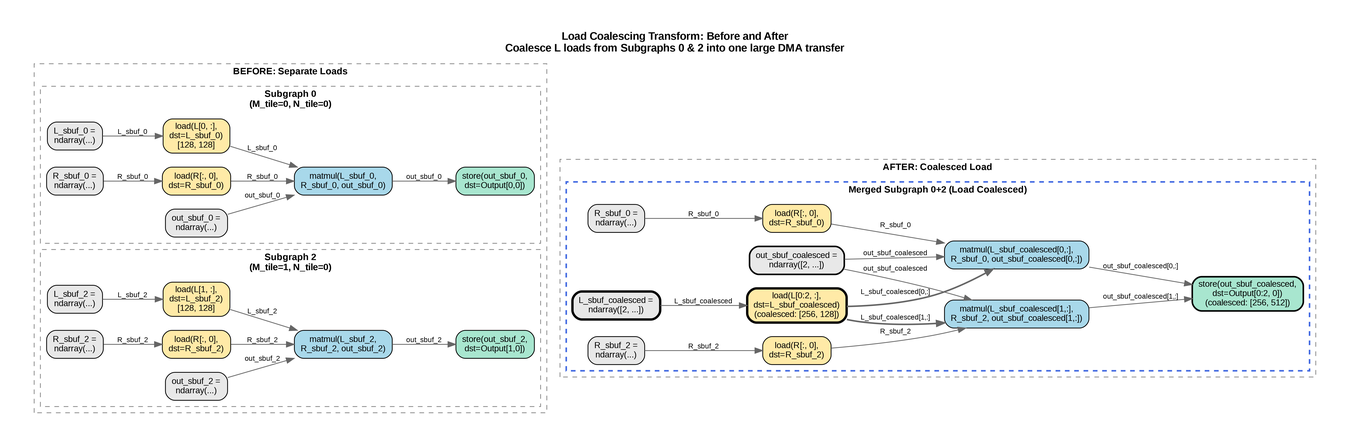
Before: design/figures/matmul_compute_graph_load_coalescing.png, a diagram exported from Graphviz (awslabs/nki-autotune). Its source is kept beside it as design/dot_scripts/matmul_compute_graph_load_coalescing.dot. Its diagram source:
```dot
digraph MatmulComputeGraphLoadCoalescing {
    rankdir=LR;
    bgcolor="white";
    pad=0.5;
    dpi=300;

    node [fontname="Arial", fontsize=11, style="filled,rounded", shape=box];
    edge [fontname="Arial", fontsize=9];

    label="Load Coalescing Transform: Before and After\nCoalesce L loads from Subgraphs 0 & 2 into one large DMA transfer";
    labelloc="t";
    fontsize=14;
    fontname="Arial Bold";

    subgraph cluster_before {
        label="BEFORE: Separate Loads";
        style="dashed";
        color="#888888";
        fontsize=12;

        subgraph cluster_before_0 {
            label="Subgraph 0\n(M_tile=0, N_tile=0)";

            before_alloc_L_0 [label="L_sbuf_0 =\nndarray(...)", fillcolor="#E8E8E8"];
            before_alloc_R_0 [label="R_sbuf_0 =\nndarray(...)", fillcolor="#E8E8E8"];
            before_alloc_out_0 [label="out_sbuf_0 =\nndarray(...)", fillcolor="#E8E8E8"];
            before_load_L_0 [label="load(L[0, :],\ndst=L_sbuf_0)\n[128, 128]", fillcolor="#FFEAA7"];
            before_load_R_0 [label="load(R[:, 0],\ndst=R_sbuf_0)", fillcolor="#FFEAA7"];
            before_compute_0 [label="matmul(L_sbuf_0,\nR_sbuf_0, out_sbuf_0)", fillcolor="#A8D8EA"];
            before_store_0 [label="store(out_sbuf_0,\ndst=Output[0,0])", fillcolor="#A8E6CF"];

            before_alloc_L_0 -> before_load_L_0 [label="L_sbuf_0", color="#666666"];
            before_alloc_R_0 -> before_load_R_0 [label="R_sbuf_0", color="#666666"];
            before_alloc_out_0 -> before_compute_0 [label="out_sbuf_0", color="#666666"];
            before_load_L_0 -> before_compute_0 [label="L_sbuf_0", color="#666666"];
            before_load_R_0 -> before_compute_0 [label="R_sbuf_0", color="#666666"];
            before_compute_0 -> before_store_0 [label="out_sbuf_0", color="#666666"];
        }

        subgraph cluster_before_2 {
            label="Subgraph 2\n(M_tile=1, N_tile=0)";

            before_alloc_L_2 [label="L_sbuf_2 =\nndarray(...)", fillcolor="#E8E8E8"];
            before_alloc_R_2 [label="R_sbuf_2 =\nndarray(...)", fillcolor="#E8E8E8"];
            before_alloc_out_2 [label="out_sbuf_2 =\nndarray(...)", fillcolor="#E8E8E8"];
            before_load_L_2 [label="load(L[1, :],\ndst=L_sbuf_2)\n[128, 128]", fillcolor="#FFEAA7"];
            before_load_R_2 [label="load(R[:, 0],\ndst=R_sbuf_2)", fillcolor="#FFEAA7"];
            before_compute_2 [label="matmul(L_sbuf_2,\nR_sbuf_2, out_sbuf_2)", fillcolor="#A8D8EA"];
            before_store_2 [label="store(out_sbuf_2,\ndst=Output[1,0])", fillcolor="#A8E6CF"];

            before_alloc_L_2 -> before_load_L_2 [label="L_sbuf_2", color="#666666"];
            before_alloc_R_2 -> before_load_R_2 [label="R_sbuf_2", color="#666666"];
            before_alloc_out_2 -> before_compute_2 [label="out_sbuf_2", color="#666666"];
            before_load_L_2 -> before_compute_2 [label="L_sbuf_2", color="#666666"];
            before_load_R_2 -> before_compute_2 [label="R_sbuf_2", color="#666666"];
            before_compute_2 -> before_store_2 [label="out_sbuf_2", color="#666666"];
        }
    }

    subgraph cluster_after {
        label="AFTER: Coalesced Load";
        style="dashed";
        color="#888888";
        fontsize=12;

        subgraph cluster_merged_02 {
            label="Merged Subgraph 0+2 (Load Coalesced)";
            penwidth=2;
            color="#4169E1";

            alloc_L_coalesced [label="L_sbuf_coalesced =\nndarray([2, ...])", fillcolor="#E8E8E8", penwidth=3, style="filled,rounded,bold"];
            alloc_R_0 [label="R_sbuf_0 =\nndarray(...)", fillcolor="#E8E8E8"];
            alloc_R_2 [label="R_sbuf_2 =\nndarray(...)", fillcolor="#E8E8E8"];
            alloc_out_coalesced [label="out_sbuf_coalesced =\nndarray([2, ...])", fillcolor="#E8E8E8", penwidth=2];

            load_L_coalesced [label="load(L[0:2, :],\ndst=L_sbuf_coalesced)\n(coalesced: [256, 128])",
                              fillcolor="#FFEAA7", penwidth=3, style="filled,rounded,bold"];

            load_R_0 [label="load(R[:, 0],\ndst=R_sbuf_0)", fillcolor="#FFEAA7"];
            compute_0 [label="matmul(L_sbuf_coalesced[0,:],\nR_sbuf_0, out_sbuf_coalesced[0,:])", fillcolor="#A8D8EA"];

            load_R_2 [label="load(R[:, 0],\ndst=R_sbuf_2)", fillcolor="#FFEAA7"];
            compute_2 [label="matmul(L_sbuf_coalesced[1,:],\nR_sbuf_2, out_sbuf_coalesced[1,:])", fillcolor="#A8D8EA"];

            store_coalesced [label="store(out_sbuf_coalesced,\ndst=Output[0:2, 0])\n(coalesced: [256, 512])",
                             fillcolor="#A8E6CF", penwidth=2];

            alloc_L_coalesced -> load_L_coalesced [label="L_sbuf_coalesced", color="#666666"];
            alloc_R_0 -> load_R_0 [label="R_sbuf_0", color="#666666"];
            alloc_R_2 -> load_R_2 [label="R_sbuf_2", color="#666666"];
            alloc_out_coalesced -> compute_0 [label="out_sbuf_coalesced", color="#666666"];
            alloc_out_coalesced -> compute_2 [label="out_sbuf_coalesced", color="#666666"];

            load_L_coalesced -> compute_0 [label="L_sbuf_coalesced[0,:]", color="#666666", penwidth=2];
            load_L_coalesced -> compute_2 [label="L_sbuf_coalesced[1,:]", color="#666666", penwidth=2];
            load_R_0 -> compute_0 [label="R_sbuf_0", color="#666666"];
            load_R_2 -> compute_2 [label="R_sbuf_2", color="#666666"];
            compute_0 -> store_coalesced [label="out_sbuf_coalesced[0,:]", color="#666666"];
            compute_2 -> store_coalesced [label="out_sbuf_coalesced[1,:]", color="#666666"];
        }
    }

    before_store_0 -> alloc_L_coalesced [style="invis", weight=0];
    before_store_2 -> alloc_L_coalesced [style="invis", weight=0];

}
```
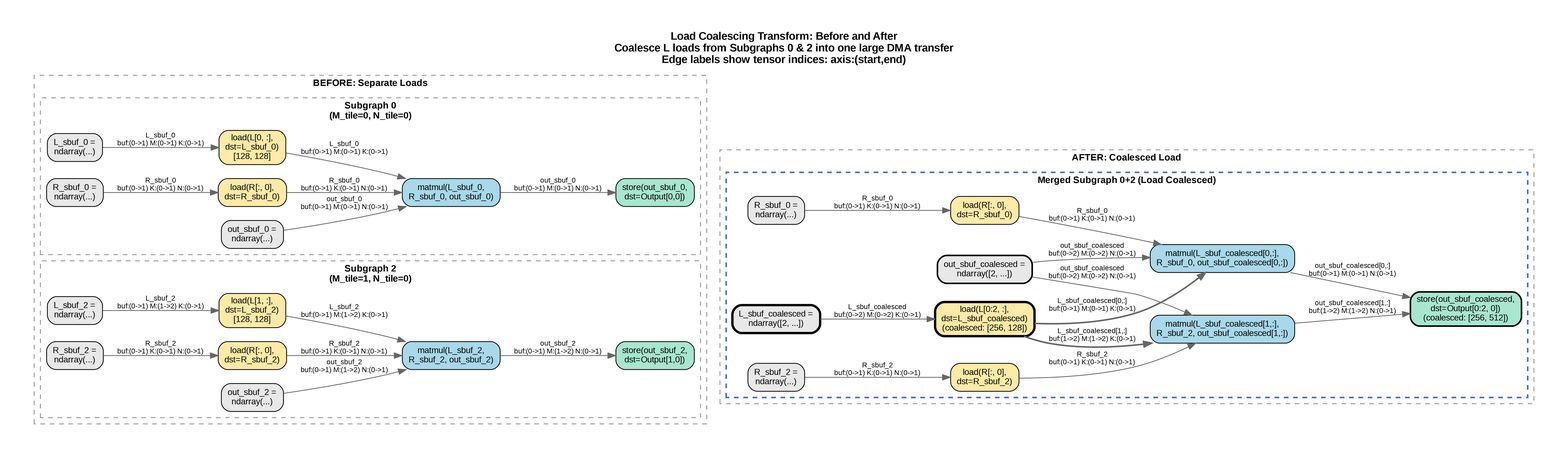
After the change.

The edit, as a diff of the source:
```diff
@@ -7,7 +7,7 @@
     node [fontname="Arial", fontsize=11, style="filled,rounded", shape=box];
     edge [fontname="Arial", fontsize=9];
 
-    label="Load Coalescing Transform: Before and After\nCoalesce L loads from Subgraphs 0 & 2 into one large DMA transfer";
+    label="Load Coalescing Transform: Before and After\nCoalesce L loads from Subgraphs 0 & 2 into one large DMA transfer\nEdge labels show tensor indices: axis:(start,end)";
     labelloc="t";
     fontsize=14;
     fontname="Arial Bold";
@@ -29,12 +29,12 @@
             before_compute_0 [label="matmul(L_sbuf_0,\nR_sbuf_0, out_sbuf_0)", fillcolor="#A8D8EA"];
             before_store_0 [label="store(out_sbuf_0,\ndst=Output[0,0])", fillcolor="#A8E6CF"];
 
-            before_alloc_L_0 -> before_load_L_0 [label="L_sbuf_0", color="#666666"];
-            before_alloc_R_0 -> before_load_R_0 [label="R_sbuf_0", color="#666666"];
-            before_alloc_out_0 -> before_compute_0 [label="out_sbuf_0", color="#666666"];
-            before_load_L_0 -> before_compute_0 [label="L_sbuf_0", color="#666666"];
-            before_load_R_0 -> before_compute_0 [label="R_sbuf_0", color="#666666"];
-            before_compute_0 -> before_store_0 [label="out_sbuf_0", color="#666666"];
+            before_alloc_L_0 -> before_load_L_0 [label="L_sbuf_0\nbuf:(0->1) M:(0->1) K:(0->1)", color="#666666"];
+            before_alloc_R_0 -> before_load_R_0 [label="R_sbuf_0\nbuf:(0->1) K:(0->1) N:(0->1)", color="#666666"];
+            before_alloc_out_0 -> before_compute_0 [label="out_sbuf_0\nbuf:(0->1) M:(0->1) N:(0->1)", color="#666666"];
+            before_load_L_0 -> before_compute_0 [label="L_sbuf_0\nbuf:(0->1) M:(0->1) K:(0->1)", color="#666666"];
+            before_load_R_0 -> before_compute_0 [label="R_sbuf_0\nbuf:(0->1) K:(0->1) N:(0->1)", color="#666666"];
+            before_compute_0 -> before_store_0 [label="out_sbuf_0\nbuf:(0->1) M:(0->1) N:(0->1)", color="#666666"];
         }
 
         subgraph cluster_before_2 {
@@ -48,12 +48,12 @@
             before_compute_2 [label="matmul(L_sbuf_2,\nR_sbuf_2, out_sbuf_2)", fillcolor="#A8D8EA"];
             before_store_2 [label="store(out_sbuf_2,\ndst=Output[1,0])", fillcolor="#A8E6CF"];
 
-            before_alloc_L_2 -> before_load_L_2 [label="L_sbuf_2", color="#666666"];
-            before_alloc_R_2 -> before_load_R_2 [label="R_sbuf_2", color="#666666"];
-            before_alloc_out_2 -> before_compute_2 [label="out_sbuf_2", color="#666666"];
-            before_load_L_2 -> before_compute_2 [label="L_sbuf_2", color="#666666"];
-            before_load_R_2 -> before_compute_2 [label="R_sbuf_2", color="#666666"];
-            before_compute_2 -> before_store_2 [label="out_sbuf_2", color="#666666"];
+            before_alloc_L_2 -> before_load_L_2 [label="L_sbuf_2\nbuf:(0->1) M:(1->2) K:(0->1)", color="#666666"];
+            before_alloc_R_2 -> before_load_R_2 [label="R_sbuf_2\nbuf:(0->1) K:(0->1) N:(0->1)", color="#666666"];
+            before_alloc_out_2 -> before_compute_2 [label="out_sbuf_2\nbuf:(0->1) M:(1->2) N:(0->1)", color="#666666"];
+            before_load_L_2 -> before_compute_2 [label="L_sbuf_2\nbuf:(0->1) M:(1->2) K:(0->1)", color="#666666"];
+            before_load_R_2 -> before_compute_2 [label="R_sbuf_2\nbuf:(0->1) K:(0->1) N:(0->1)", color="#666666"];
+            before_compute_2 -> before_store_2 [label="out_sbuf_2\nbuf:(0->1) M:(1->2) N:(0->1)", color="#666666"];
         }
     }
 
@@ -85,18 +85,18 @@
             store_coalesced [label="store(out_sbuf_coalesced,\ndst=Output[0:2, 0])\n(coalesced: [256, 512])",
                              fillcolor="#A8E6CF", penwidth=2];
 
-            alloc_L_coalesced -> load_L_coalesced [label="L_sbuf_coalesced", color="#666666"];
-            alloc_R_0 -> load_R_0 [label="R_sbuf_0", color="#666666"];
-            alloc_R_2 -> load_R_2 [label="R_sbuf_2", color="#666666"];
-            alloc_out_coalesced -> compute_0 [label="out_sbuf_coalesced", color="#666666"];
-            alloc_out_coalesced -> compute_2 [label="out_sbuf_coalesced", color="#666666"];
+            alloc_L_coalesced -> load_L_coalesced [label="L_sbuf_coalesced\nbuf:(0->2) M:(0->2) K:(0->1)", color="#666666"];
+            alloc_R_0 -> load_R_0 [label="R_sbuf_0\nbuf:(0->1) K:(0->1) N:(0->1)", color="#666666"];
+            alloc_R_2 -> load_R_2 [label="R_sbuf_2\nbuf:(0->1) K:(0->1) N:(0->1)", color="#666666"];
+            alloc_out_coalesced -> compute_0 [label="out_sbuf_coalesced\nbuf:(0->2) M:(0->2) N:(0->1)", color="#666666"];
+            alloc_out_coalesced -> compute_2 [label="out_sbuf_coalesced\nbuf:(0->2) M:(0->2) N:(0->1)", color="#666666"];
 
-            load_L_coalesced -> compute_0 [label="L_sbuf_coalesced[0,:]", color="#666666", penwidth=2];
-            load_L_coalesced -> compute_2 [label="L_sbuf_coalesced[1,:]", color="#666666", penwidth=2];
-            load_R_0 -> compute_0 [label="R_sbuf_0", color="#666666"];
-            load_R_2 -> compute_2 [label="R_sbuf_2", color="#666666"];
-            compute_0 -> store_coalesced [label="out_sbuf_coalesced[0,:]", color="#666666"];
-            compute_2 -> store_coalesced [label="out_sbuf_coalesced[1,:]", color="#666666"];
+            load_L_coalesced -> compute_0 [label="L_sbuf_coalesced[0,:]\nbuf:(0->1) M:(0->1) K:(0->1)", color="#666666", penwidth=2];
+            load_L_coalesced -> compute_2 [label="L_sbuf_coalesced[1,:]\nbuf:(1->2) M:(1->2) K:(0->1)", color="#666666", penwidth=2];
+            load_R_0 -> compute_0 [label="R_sbuf_0\nbuf:(0->1) K:(0->1) N:(0->1)", color="#666666"];
+            load_R_2 -> compute_2 [label="R_sbuf_2\nbuf:(0->1) K:(0->1) N:(0->1)", color="#666666"];
+            compute_0 -> store_coalesced [label="out_sbuf_coalesced[0,:]\nbuf:(0->1) M:(0->1) N:(0->1)", color="#666666"];
+            compute_2 -> store_coalesced [label="out_sbuf_coalesced[1,:]\nbuf:(1->2) M:(1->2) N:(0->1)", color="#666666"];
         }
     }
 
```
